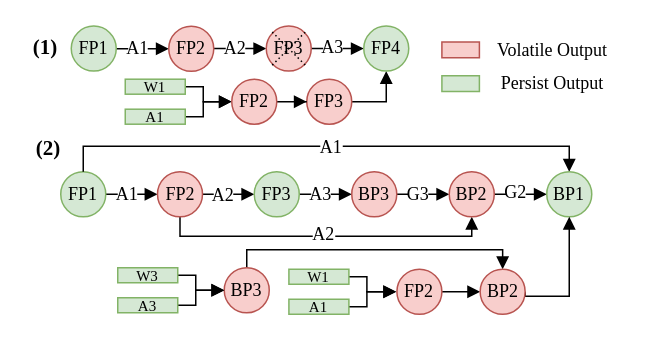
Before: fig/recovery.drawio in icszhr/NCheck, a draw.io diagram. Source tidied: cells renumbered, new cells numbered last; positions are measured from the earlier drawing's top-left corner, leaving out a move shared by most shapes. Both pictures are drawn from the tidied source at 150%, with x=0, y=0 at pixel (26, 26).
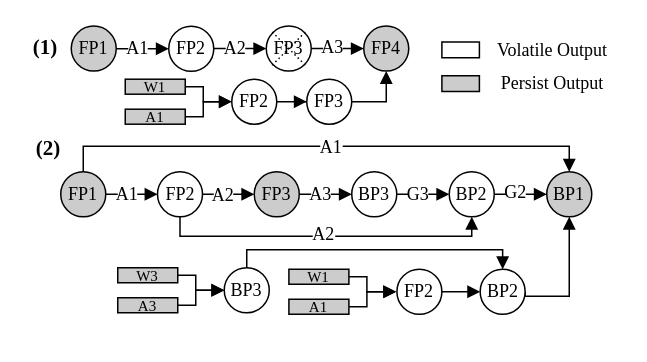
The same diagram, later.

The edit, as a diff of the source:
```diff
@@
-    <mxCell id="3" value="FP3" style="ellipse;whiteSpace=wrap;html=1;fillColor=#f8cecc;strokeColor=#b85450;fontFamily=Times New Roman;" parent="1" vertex="1">
+    <mxCell id="3" value="FP3" style="ellipse;whiteSpace=wrap;html=1;fontFamily=Times New Roman;" parent="1" vertex="1">
       <mxGeometry x="187" y="35.3" width="30" height="30" as="geometry" />
     </mxCell>
@@
-    <mxCell id="5" value="&lt;p style=&quot;line-height: 100%;&quot;&gt;&lt;font style=&quot;font-size: 10px;&quot;&gt;W1&lt;/font&gt;&lt;/p&gt;" style="rounded=0;whiteSpace=wrap;html=1;align=center;fillColor=#d5e8d4;strokeColor=#82b366;fontFamily=Times New Roman;" parent="1" vertex="1">
+    <mxCell id="5" value="&lt;p style=&quot;line-height: 100%;&quot;&gt;&lt;font style=&quot;font-size: 10px;&quot;&gt;W1&lt;/font&gt;&lt;/p&gt;" style="rounded=0;whiteSpace=wrap;html=1;align=center;fillColor=#CCCCCC;strokeColor=#000000;fontFamily=Times New Roman;" parent="1" vertex="1">
       <mxGeometry x="66" y="35.3" width="40" height="10" as="geometry" />
     </mxCell>
@@
-    <mxCell id="7" value="&lt;p style=&quot;line-height: 100%;&quot;&gt;&lt;font style=&quot;font-size: 10px;&quot;&gt;A1&lt;/font&gt;&lt;/p&gt;" style="rounded=0;whiteSpace=wrap;html=1;fillColor=#d5e8d4;strokeColor=#82b366;fontFamily=Times New Roman;" parent="1" vertex="1">
+    <mxCell id="7" value="&lt;p style=&quot;line-height: 100%;&quot;&gt;&lt;font style=&quot;font-size: 10px;&quot;&gt;A1&lt;/font&gt;&lt;/p&gt;" style="rounded=0;whiteSpace=wrap;html=1;fillColor=#CCCCCC;strokeColor=#000000;fontFamily=Times New Roman;" parent="1" vertex="1">
       <mxGeometry x="66" y="55.3" width="40" height="10" as="geometry" />
     </mxCell>
@@
-    <mxCell id="9" value="FP1" style="ellipse;whiteSpace=wrap;html=1;fillColor=#d5e8d4;strokeColor=#82b366;fontFamily=Times New Roman;" parent="1" vertex="1">
+    <mxCell id="9" value="FP1" style="ellipse;whiteSpace=wrap;html=1;fillColor=#CCCCCC;strokeColor=#000000;fontFamily=Times New Roman;" parent="1" vertex="1">
       <mxGeometry x="23" y="97" width="30" height="30" as="geometry" />
     </mxCell>
@@
-    <mxCell id="12" value="FP2" style="ellipse;whiteSpace=wrap;html=1;fillColor=#f8cecc;strokeColor=#b85450;fontFamily=Times New Roman;" parent="1" vertex="1">
+    <mxCell id="12" value="FP2" style="ellipse;whiteSpace=wrap;html=1;fontFamily=Times New Roman;" parent="1" vertex="1">
       <mxGeometry x="87.5" y="97" width="30" height="30" as="geometry" />
     </mxCell>
@@
-    <mxCell id="15" value="FP3" style="ellipse;whiteSpace=wrap;html=1;fillColor=#d5e8d4;strokeColor=#82b366;fontFamily=Times New Roman;" parent="1" vertex="1">
+    <mxCell id="15" value="FP3" style="ellipse;whiteSpace=wrap;html=1;fillColor=#CCCCCC;strokeColor=#000000;fontFamily=Times New Roman;" parent="1" vertex="1">
       <mxGeometry x="152" y="97" width="30" height="30" as="geometry" />
     </mxCell>
@@
-    <mxCell id="17" value="BP3" style="ellipse;whiteSpace=wrap;html=1;fillColor=#f8cecc;strokeColor=#b85450;fontFamily=Times New Roman;" parent="1" vertex="1">
+    <mxCell id="17" value="BP3" style="ellipse;whiteSpace=wrap;html=1;fontFamily=Times New Roman;" parent="1" vertex="1">
       <mxGeometry x="217" y="97" width="30" height="30" as="geometry" />
     </mxCell>
@@
-    <mxCell id="19" value="BP3" style="ellipse;whiteSpace=wrap;html=1;fillColor=#f8cecc;strokeColor=#b85450;fontFamily=Times New Roman;" parent="1" vertex="1">
+    <mxCell id="19" value="BP3" style="ellipse;whiteSpace=wrap;html=1;fontFamily=Times New Roman;" parent="1" vertex="1">
       <mxGeometry x="132" y="161" width="30" height="30" as="geometry" />
     </mxCell>
@@
-    <mxCell id="21" value="&lt;p style=&quot;line-height: 100%;&quot;&gt;&lt;font style=&quot;font-size: 10px;&quot;&gt;W3&lt;/font&gt;&lt;/p&gt;" style="rounded=0;whiteSpace=wrap;html=1;fillColor=#d5e8d4;strokeColor=#82b366;fontFamily=Times New Roman;" parent="1" vertex="1">
+    <mxCell id="21" value="&lt;p style=&quot;line-height: 100%;&quot;&gt;&lt;font style=&quot;font-size: 10px;&quot;&gt;W3&lt;/font&gt;&lt;/p&gt;" style="rounded=0;whiteSpace=wrap;html=1;fillColor=#CCCCCC;strokeColor=#000000;fontFamily=Times New Roman;" parent="1" vertex="1">
       <mxGeometry x="61" y="161" width="40" height="10" as="geometry" />
     </mxCell>
@@
-    <mxCell id="23" value="&lt;p style=&quot;line-height: 100%;&quot;&gt;&lt;font style=&quot;font-size: 10px;&quot;&gt;A3&lt;/font&gt;&lt;/p&gt;" style="rounded=0;whiteSpace=wrap;html=1;fillColor=#d5e8d4;strokeColor=#82b366;fontFamily=Times New Roman;" parent="1" vertex="1">
+    <mxCell id="23" value="&lt;p style=&quot;line-height: 100%;&quot;&gt;&lt;font style=&quot;font-size: 10px;&quot;&gt;A3&lt;/font&gt;&lt;/p&gt;" style="rounded=0;whiteSpace=wrap;html=1;fillColor=#CCCCCC;strokeColor=#000000;fontFamily=Times New Roman;" parent="1" vertex="1">
       <mxGeometry x="61" y="181" width="40" height="10" as="geometry" />
     </mxCell>
@@
-    <mxCell id="27" value="FP2" style="ellipse;whiteSpace=wrap;html=1;fillColor=#f8cecc;strokeColor=#b85450;fontFamily=Times New Roman;" parent="1" vertex="1">
+    <mxCell id="27" value="FP2" style="ellipse;whiteSpace=wrap;html=1;fontFamily=Times New Roman;" parent="1" vertex="1">
       <mxGeometry x="137" y="35.3" width="30" height="30" as="geometry" />
     </mxCell>
@@
-    <mxCell id="29" value="BP2" style="ellipse;whiteSpace=wrap;html=1;fillColor=#f8cecc;strokeColor=#b85450;fontFamily=Times New Roman;" parent="1" vertex="1">
+    <mxCell id="29" value="BP2" style="ellipse;whiteSpace=wrap;html=1;fontFamily=Times New Roman;" parent="1" vertex="1">
       <mxGeometry x="282" y="97" width="30" height="30" as="geometry" />
     </mxCell>
-    <mxCell id="30" value="BP1" style="ellipse;whiteSpace=wrap;html=1;fillColor=#d5e8d4;strokeColor=#82b366;fontFamily=Times New Roman;" parent="1" vertex="1">
+    <mxCell id="30" value="BP1" style="ellipse;whiteSpace=wrap;html=1;fillColor=#CCCCCC;strokeColor=#000000;fontFamily=Times New Roman;" parent="1" vertex="1">
       <mxGeometry x="347" y="97" width="30" height="30" as="geometry" />
     </mxCell>
@@
-    <mxCell id="35" value="&lt;p style=&quot;line-height: 100%;&quot;&gt;&lt;font style=&quot;font-size: 10px;&quot;&gt;W1&lt;/font&gt;&lt;/p&gt;" style="rounded=0;whiteSpace=wrap;html=1;fillColor=#d5e8d4;strokeColor=#82b366;fontFamily=Times New Roman;" parent="1" vertex="1">
+    <mxCell id="35" value="&lt;p style=&quot;line-height: 100%;&quot;&gt;&lt;font style=&quot;font-size: 10px;&quot;&gt;W1&lt;/font&gt;&lt;/p&gt;" style="rounded=0;whiteSpace=wrap;html=1;fillColor=#CCCCCC;strokeColor=#000000;fontFamily=Times New Roman;" parent="1" vertex="1">
       <mxGeometry x="175.1" y="162" width="40" height="10" as="geometry" />
     </mxCell>
@@
-    <mxCell id="37" value="&lt;p style=&quot;line-height: 100%;&quot;&gt;&lt;font style=&quot;font-size: 10px;&quot;&gt;A1&lt;/font&gt;&lt;/p&gt;" style="rounded=0;whiteSpace=wrap;html=1;fillColor=#d5e8d4;strokeColor=#82b366;fontFamily=Times New Roman;" parent="1" vertex="1">
+    <mxCell id="37" value="&lt;p style=&quot;line-height: 100%;&quot;&gt;&lt;font style=&quot;font-size: 10px;&quot;&gt;A1&lt;/font&gt;&lt;/p&gt;" style="rounded=0;whiteSpace=wrap;html=1;fillColor=#CCCCCC;strokeColor=#000000;fontFamily=Times New Roman;" parent="1" vertex="1">
       <mxGeometry x="175.1" y="182" width="40" height="10" as="geometry" />
     </mxCell>
@@
-    <mxCell id="39" value="FP2" style="ellipse;whiteSpace=wrap;html=1;fillColor=#f8cecc;strokeColor=#b85450;fontFamily=Times New Roman;" parent="1" vertex="1">
+    <mxCell id="39" value="FP2" style="ellipse;whiteSpace=wrap;html=1;fontFamily=Times New Roman;" parent="1" vertex="1">
       <mxGeometry x="247.1" y="162" width="30" height="30" as="geometry" />
     </mxCell>
@@
-    <mxCell id="41" value="BP2" style="ellipse;whiteSpace=wrap;html=1;fillColor=#f8cecc;strokeColor=#b85450;fontFamily=Times New Roman;" parent="1" vertex="1">
+    <mxCell id="41" value="BP2" style="ellipse;whiteSpace=wrap;html=1;fontFamily=Times New Roman;" parent="1" vertex="1">
       <mxGeometry x="302.6" y="162" width="30" height="30" as="geometry" />
     </mxCell>
-    <mxCell id="42" style="rounded=0;whiteSpace=wrap;html=1;fillColor=#f8cecc;strokeColor=#b85450;fontFamily=Times New Roman;" parent="1" vertex="1">
+    <mxCell id="42" style="rounded=0;whiteSpace=wrap;html=1;fontFamily=Times New Roman;" parent="1" vertex="1">
       <mxGeometry x="277.1" y="10.5" width="25" height="10.5" as="geometry" />
     </mxCell>
-    <mxCell id="43" style="rounded=0;whiteSpace=wrap;html=1;fillColor=#d5e8d4;strokeColor=#82b366;fontFamily=Times New Roman;" parent="1" vertex="1">
+    <mxCell id="43" style="rounded=0;whiteSpace=wrap;html=1;fillColor=#CCCCCC;strokeColor=#000000;fontFamily=Times New Roman;" parent="1" vertex="1">
       <mxGeometry x="277.1" y="33" width="25" height="10.5" as="geometry" />
     </mxCell>
@@
-    <mxCell id="51" value="FP1" style="ellipse;whiteSpace=wrap;html=1;fillColor=#d5e8d4;strokeColor=#82b366;fontFamily=Times New Roman;" parent="1" vertex="1">
+    <mxCell id="51" value="FP1" style="ellipse;whiteSpace=wrap;html=1;fillColor=#CCCCCC;strokeColor=#000000;fontFamily=Times New Roman;" parent="1" vertex="1">
       <mxGeometry x="30" y="-0.1" width="30" height="30" as="geometry" />
     </mxCell>
@@
-    <mxCell id="53" value="FP2" style="ellipse;whiteSpace=wrap;html=1;fillColor=#f8cecc;strokeColor=#b85450;fontFamily=Times New Roman;" parent="1" vertex="1">
+    <mxCell id="53" value="FP2" style="ellipse;whiteSpace=wrap;html=1;fontFamily=Times New Roman;" parent="1" vertex="1">
       <mxGeometry x="95" width="30" height="30" as="geometry" />
     </mxCell>
@@
-    <mxCell id="55" value="FP3" style="ellipse;whiteSpace=wrap;html=1;fillColor=#f8cecc;strokeColor=#b85450;fontFamily=Times New Roman;" parent="1" vertex="1">
+    <mxCell id="55" value="FP3" style="ellipse;whiteSpace=wrap;html=1;fontFamily=Times New Roman;" parent="1" vertex="1">
       <mxGeometry x="160" y="-0.1" width="30" height="30" as="geometry" />
     </mxCell>
@@
-    <mxCell id="58" value="FP4" style="ellipse;whiteSpace=wrap;html=1;fillColor=#d5e8d4;strokeColor=#82b366;fontFamily=Times New Roman;" parent="1" vertex="1">
+    <mxCell id="58" value="FP4" style="ellipse;whiteSpace=wrap;html=1;fillColor=#CCCCCC;strokeColor=#000000;fontFamily=Times New Roman;" parent="1" vertex="1">
       <mxGeometry x="225" y="-0.1" width="30" height="30" as="geometry" />
     </mxCell>
```
